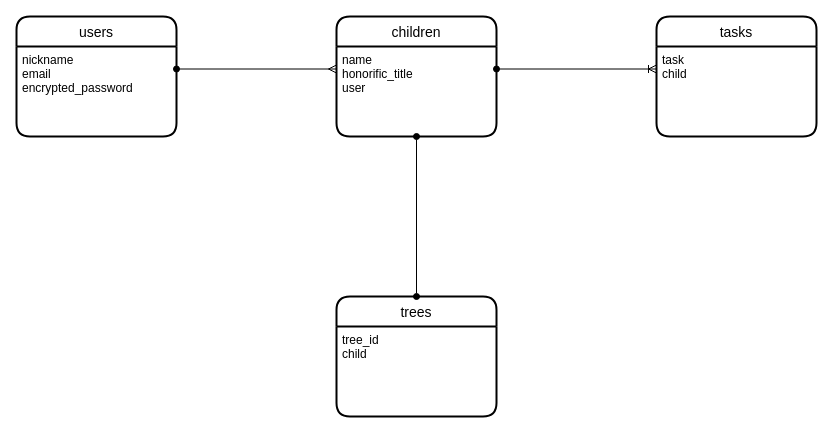
The draw.io diagram hitori_de_dekiruyo_er.dio in sasaki-ichigo/hitori_de_dekiruyo, before the edit. Source tidied: cells renumbered, new cells numbered last; positions are measured from the earlier drawing's top-left corner, leaving out a move shared by most shapes. Both pictures are drawn from the tidied source at 100%, with x=0, y=0 at pixel (16, 16).
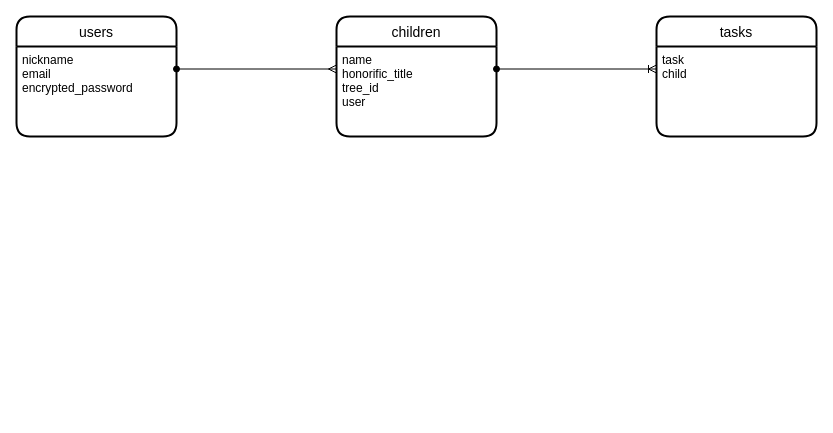
After the change.

Diff of the diagram source:
```diff
@@
 <mxGraphModel>
   <root>
     <mxCell id="0" />
     <mxCell id="1" parent="0" />
     <mxCell id="2" value="users" style="swimlane;horizontal=1;startSize=30;rounded=1;fontSize=14;fontStyle=0;strokeWidth=2;shadow=0;dashed=0;align=center;" parent="1" vertex="1">
       <mxGeometry width="160" height="120" as="geometry" />
     </mxCell>
     <mxCell id="3" value="nickname&#10;email&#10;encrypted_password" style="align=left;strokeColor=none;fillColor=none;spacingLeft=4;fontSize=12;verticalAlign=top;" parent="2" vertex="1">
       <mxGeometry y="30" width="160" height="90" as="geometry" />
     </mxCell>
     <mxCell id="4" value="children" style="swimlane;horizontal=1;startSize=30;rounded=1;fontSize=14;fontStyle=0;strokeWidth=2;shadow=0;dashed=0;align=center;" parent="1" vertex="1">
       <mxGeometry x="320" width="160" height="120" as="geometry" />
     </mxCell>
-    <mxCell id="5" value="name&#10;honorific_title&#10;user" style="align=left;strokeColor=none;fillColor=none;spacingLeft=4;fontSize=12;verticalAlign=top;" parent="4" vertex="1">
+    <mxCell id="5" value="name&#10;honorific_title&#10;tree_id&#10;user" style="align=left;strokeColor=none;fillColor=none;spacingLeft=4;fontSize=12;verticalAlign=top;" parent="4" vertex="1">
       <mxGeometry y="30" width="160" height="90" as="geometry" />
     </mxCell>
     <mxCell id="6" value="tasks" style="swimlane;horizontal=1;startSize=30;rounded=1;fontSize=14;fontStyle=0;strokeWidth=2;shadow=0;dashed=0;align=center;" parent="1" vertex="1">
       <mxGeometry x="640" width="160" height="120" as="geometry" />
     </mxCell>
     <mxCell id="7" value="task&#10;child" style="align=left;strokeColor=none;fillColor=none;spacingLeft=4;fontSize=12;verticalAlign=top;" parent="6" vertex="1">
       <mxGeometry y="30" width="160" height="90" as="geometry" />
     </mxCell>
-    <mxCell id="8" value="trees" style="swimlane;horizontal=1;startSize=30;rounded=1;fontSize=14;fontStyle=0;strokeWidth=2;shadow=0;dashed=0;align=center;" parent="1" vertex="1">
-      <mxGeometry x="320" y="280" width="160" height="120" as="geometry" />
-    </mxCell>
-    <mxCell id="9" value="tree_id&#10;child" style="align=left;strokeColor=none;fillColor=none;spacingLeft=4;fontSize=12;verticalAlign=top;horizontal=1;" parent="8" vertex="1">
-      <mxGeometry y="30" width="160" height="90" as="geometry" />
-    </mxCell>
     <mxCell id="10" style="edgeStyle=orthogonalEdgeStyle;rounded=0;jettySize=auto;html=1;exitX=1;exitY=0.25;exitDx=0;exitDy=0;entryX=0;entryY=0.25;entryDx=0;entryDy=0;endArrow=ERmany;endFill=0;startArrow=oval;startFill=1;" parent="1" edge="1" source="3" target="5">
       <mxGeometry relative="1" as="geometry" />
     </mxCell>
     <mxCell id="11" style="edgeStyle=orthogonalEdgeStyle;rounded=0;jettySize=auto;html=1;exitX=1;exitY=0.25;exitDx=0;exitDy=0;entryX=0;entryY=0.25;entryDx=0;entryDy=0;startArrow=oval;startFill=1;endArrow=ERoneToMany;endFill=0;" parent="1" edge="1" source="5" target="7">
       <mxGeometry relative="1" as="geometry" />
     </mxCell>
-    <mxCell id="12" style="edgeStyle=orthogonalEdgeStyle;rounded=0;jettySize=auto;html=1;exitX=0.5;exitY=1;exitDx=0;exitDy=0;entryX=0.5;entryY=0;entryDx=0;entryDy=0;startArrow=oval;startFill=1;endArrow=oval;endFill=1;" parent="1" edge="1" source="5" target="8">
-      <mxGeometry relative="1" as="geometry" />
-    </mxCell>
   </root>
 </mxGraphModel>
```
